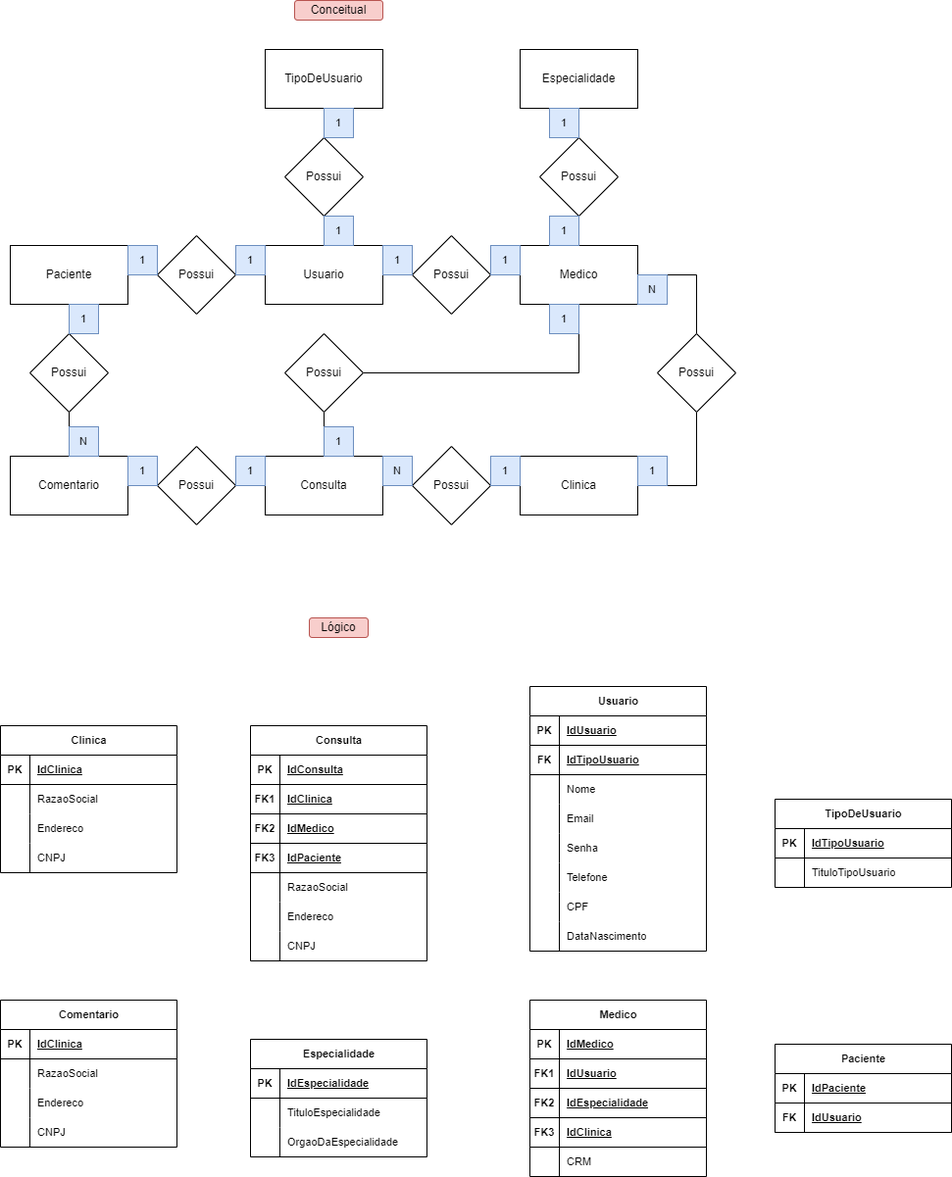
Earlier version of the draw.io export Health Clinic/MER_DER Health Clinic.png (Gustavo-daCosta/Tecnico-DEV-Projetos). Source tidied: cells renumbered, new cells last; positions are measured from the earlier drawing's top-left corner, leaving out a move shared by most shapes.
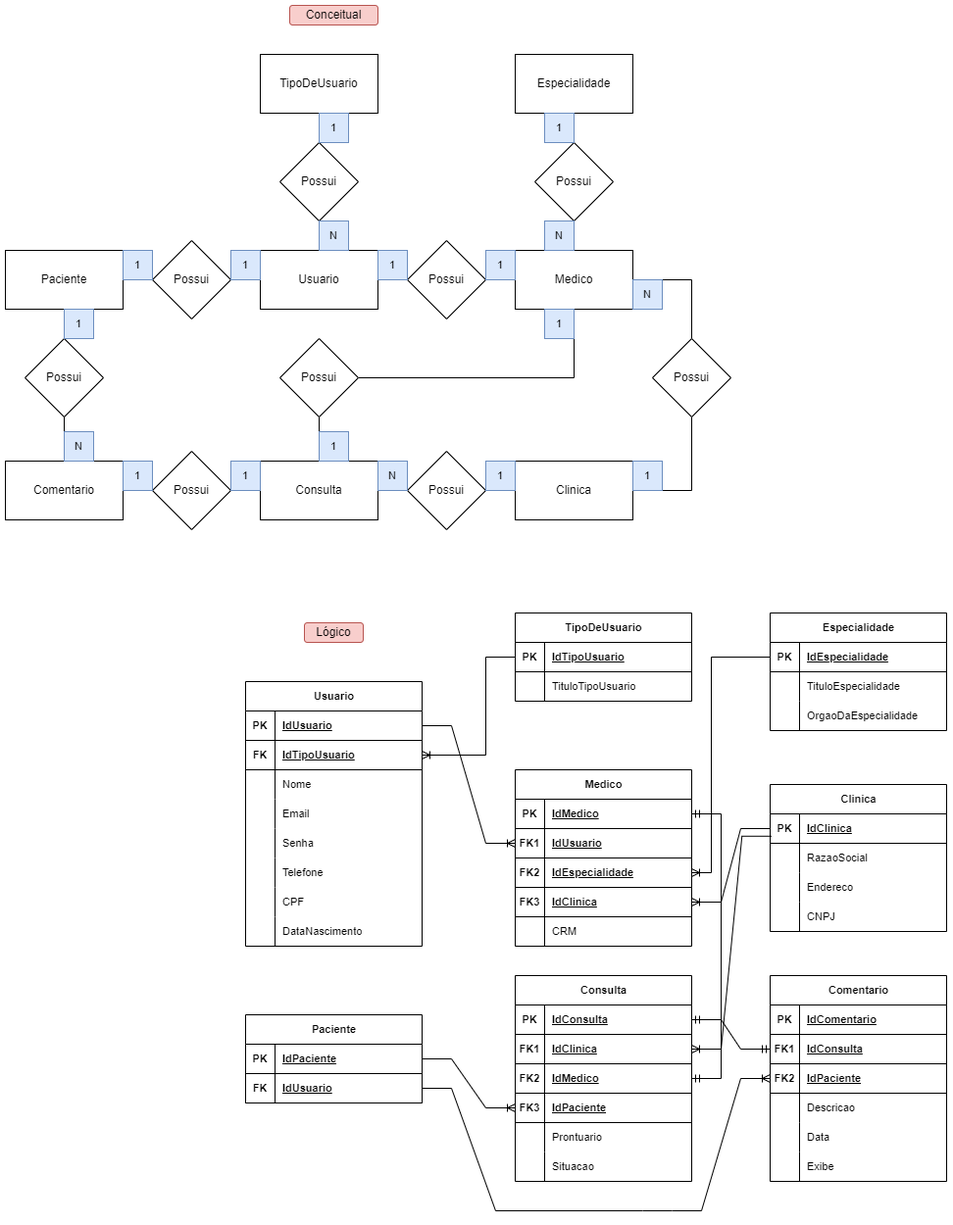
Above is the later version.

Commit message:
Health Clinic: MER & DER finalizado

Change to the diagram source:
```diff
@@ -73,3 +73,3 @@
     </mxCell>
-    <mxCell id="25" value="1" style="text;html=1;strokeColor=#6c8ebf;fillColor=#dae8fc;align=center;verticalAlign=middle;whiteSpace=wrap;rounded=0;fontSize=11;fontFamily=Helvetica;" parent="1" vertex="1">
+    <mxCell id="25" value="N" style="text;html=1;strokeColor=#6c8ebf;fillColor=#dae8fc;align=center;verticalAlign=middle;whiteSpace=wrap;rounded=0;fontSize=11;fontFamily=Helvetica;" parent="1" vertex="1">
       <mxGeometry x="330" y="220" width="30" height="30" as="geometry" />
@@ -167,3 +167,3 @@
     </mxCell>
-    <mxCell id="55" value="1" style="text;html=1;strokeColor=#6c8ebf;fillColor=#dae8fc;align=center;verticalAlign=middle;whiteSpace=wrap;rounded=0;fontSize=11;fontFamily=Helvetica;" parent="1" vertex="1">
+    <mxCell id="55" value="N" style="text;html=1;strokeColor=#6c8ebf;fillColor=#dae8fc;align=center;verticalAlign=middle;whiteSpace=wrap;rounded=0;fontSize=11;fontFamily=Helvetica;" parent="1" vertex="1">
       <mxGeometry x="560" y="220" width="30" height="30" as="geometry" />
@@ -174,3 +174,3 @@
     <mxCell id="57" value="Clinica" style="shape=table;startSize=30;rowLines=0;fontStyle=1;align=center;html=1;fontFamily=Helvetica;fontSize=11;fontColor=default;" parent="1" vertex="1">
-      <mxGeometry y="740" width="180" height="150" as="geometry" />
+      <mxGeometry x="790" y="795" width="180" height="150" as="geometry" />
     </mxCell>
@@ -212,4 +212,12 @@
     </mxCell>
+    <mxCell id="170" style="edgeStyle=orthogonalEdgeStyle;rounded=0;jettySize=auto;html=1;entryX=1;entryY=0.5;entryDx=0;entryDy=0;endArrow=ERoneToMany;endFill=0;" parent="1" edge="1" source="70" target="81">
+      <mxGeometry relative="1" as="geometry">
+        <Array as="points">
+          <mxPoint x="500" y="665" />
+          <mxPoint x="500" y="765" />
+        </Array>
+      </mxGeometry>
+    </mxCell>
     <mxCell id="70" value="TipoDeUsuario" style="shape=table;startSize=30;rowLines=0;fontStyle=1;align=center;html=1;fontFamily=Helvetica;fontSize=11;fontColor=default;" parent="1" vertex="1">
-      <mxGeometry x="790" y="815" width="180" height="90" as="geometry" />
+      <mxGeometry x="530" y="620" width="180" height="90" as="geometry" />
     </mxCell>
@@ -234,3 +242,3 @@
     <mxCell id="77" value="Usuario" style="shape=table;startSize=30;rowLines=0;fontStyle=1;align=center;html=1;fontFamily=Helvetica;fontSize=11;fontColor=default;" parent="1" vertex="1">
-      <mxGeometry x="540" y="700" width="180" height="270" as="geometry" />
+      <mxGeometry x="255" y="690" width="180" height="270" as="geometry" />
     </mxCell>
@@ -309,3 +317,3 @@
     <mxCell id="102" value="Medico" style="shape=table;startSize=30;rowLines=0;fontStyle=1;align=center;html=1;fontFamily=Helvetica;fontSize=11;fontColor=default;" parent="1" vertex="1">
-      <mxGeometry x="540" y="1020" width="180" height="180" as="geometry" />
+      <mxGeometry x="530" y="780" width="180" height="180" as="geometry" />
     </mxCell>
@@ -357,3 +365,3 @@
     <mxCell id="118" value="Especialidade" style="shape=table;startSize=30;rowLines=0;fontStyle=1;align=center;html=1;fontFamily=Helvetica;fontSize=11;fontColor=default;" parent="1" vertex="1">
-      <mxGeometry x="255" y="1060" width="180" height="120" as="geometry" />
+      <mxGeometry x="790" y="620" width="180" height="120" as="geometry" />
     </mxCell>
@@ -387,3 +395,3 @@
     <mxCell id="128" value="Comentario" style="shape=table;startSize=30;rowLines=0;fontStyle=1;align=center;html=1;fontFamily=Helvetica;fontSize=11;fontColor=default;" parent="1" vertex="1">
-      <mxGeometry y="1020" width="180" height="150" as="geometry" />
+      <mxGeometry x="790" y="990" width="180" height="210" as="geometry" />
     </mxCell>
@@ -395,7 +403,25 @@
     </mxCell>
-    <mxCell id="131" value="IdClinica" style="shape=partialRectangle;fillColor=none;top=0;left=0;bottom=0;right=0;align=left;spacingLeft=6;fontStyle=5;overflow=hidden;whiteSpace=wrap;html=1;fontFamily=Helvetica;fontSize=11;fontColor=default;" parent="129" vertex="1">
+    <mxCell id="131" value="IdComentario" style="shape=partialRectangle;fillColor=none;top=0;left=0;bottom=0;right=0;align=left;spacingLeft=6;fontStyle=5;overflow=hidden;whiteSpace=wrap;html=1;fontFamily=Helvetica;fontSize=11;fontColor=default;" parent="129" vertex="1">
       <mxGeometry x="30" width="150" height="30" as="geometry" />
     </mxCell>
+    <mxCell id="171" style="shape=tableRow;horizontal=0;startSize=0;swimlaneHead=0;swimlaneBody=0;fillColor=none;points=[[0,0.5],[1,0.5]];portConstraint=eastwest;top=0;left=0;right=0;bottom=1;fontFamily=Helvetica;fontSize=11;fontColor=default;" parent="128" vertex="1">
+      <mxGeometry y="60" width="180" height="30" as="geometry" />
+    </mxCell>
+    <mxCell id="172" value="FK1" style="shape=partialRectangle;fillColor=none;top=0;left=0;bottom=0;right=0;fontStyle=1;overflow=hidden;whiteSpace=wrap;html=1;fontFamily=Helvetica;fontSize=11;fontColor=default;" parent="171" vertex="1">
+      <mxGeometry width="30" height="30" as="geometry" />
+    </mxCell>
+    <mxCell id="173" value="IdConsulta" style="shape=partialRectangle;fillColor=none;top=0;left=0;bottom=0;right=0;align=left;spacingLeft=6;fontStyle=5;overflow=hidden;whiteSpace=wrap;html=1;fontFamily=Helvetica;fontSize=11;fontColor=default;" parent="171" vertex="1">
+      <mxGeometry x="30" width="150" height="30" as="geometry" />
+    </mxCell>
+    <mxCell id="174" style="shape=tableRow;horizontal=0;startSize=0;swimlaneHead=0;swimlaneBody=0;fillColor=none;points=[[0,0.5],[1,0.5]];portConstraint=eastwest;top=0;left=0;right=0;bottom=1;fontFamily=Helvetica;fontSize=11;fontColor=default;" parent="128" vertex="1">
+      <mxGeometry y="90" width="180" height="30" as="geometry" />
+    </mxCell>
+    <mxCell id="175" value="FK2" style="shape=partialRectangle;fillColor=none;top=0;left=0;bottom=0;right=0;fontStyle=1;overflow=hidden;whiteSpace=wrap;html=1;fontFamily=Helvetica;fontSize=11;fontColor=default;" parent="174" vertex="1">
+      <mxGeometry width="30" height="30" as="geometry" />
+    </mxCell>
+    <mxCell id="176" value="IdPaciente" style="shape=partialRectangle;fillColor=none;top=0;left=0;bottom=0;right=0;align=left;spacingLeft=6;fontStyle=5;overflow=hidden;whiteSpace=wrap;html=1;fontFamily=Helvetica;fontSize=11;fontColor=default;" parent="174" vertex="1">
+      <mxGeometry x="30" width="150" height="30" as="geometry" />
+    </mxCell>
     <mxCell id="132" style="shape=tableRow;horizontal=0;startSize=0;swimlaneHead=0;swimlaneBody=0;fillColor=none;top=0;left=0;right=0;bottom=0;fontFamily=Helvetica;fontSize=11;fontColor=default;" parent="128" vertex="1">
-      <mxGeometry y="60" width="180" height="30" as="geometry" />
+      <mxGeometry y="120" width="180" height="30" as="geometry" />
     </mxCell>
@@ -404,3 +430,3 @@
     </mxCell>
-    <mxCell id="134" value="RazaoSocial" style="shape=partialRectangle;fillColor=none;top=0;left=0;bottom=0;right=0;align=left;spacingLeft=6;overflow=hidden;whiteSpace=wrap;html=1;fontFamily=Helvetica;fontSize=11;fontColor=default;" parent="132" vertex="1">
+    <mxCell id="134" value="Descricao" style="shape=partialRectangle;fillColor=none;top=0;left=0;bottom=0;right=0;align=left;spacingLeft=6;overflow=hidden;whiteSpace=wrap;html=1;fontFamily=Helvetica;fontSize=11;fontColor=default;" parent="132" vertex="1">
       <mxGeometry x="30" width="150" height="30" as="geometry" />
@@ -408,3 +434,3 @@
     <mxCell id="135" style="shape=tableRow;horizontal=0;startSize=0;swimlaneHead=0;swimlaneBody=0;fillColor=none;top=0;left=0;right=0;bottom=0;fontFamily=Helvetica;fontSize=11;fontColor=default;" parent="128" vertex="1">
-      <mxGeometry y="90" width="180" height="30" as="geometry" />
+      <mxGeometry y="150" width="180" height="30" as="geometry" />
     </mxCell>
@@ -413,3 +439,3 @@
     </mxCell>
-    <mxCell id="137" value="Endereco" style="shape=partialRectangle;fillColor=none;top=0;left=0;bottom=0;right=0;align=left;spacingLeft=6;overflow=hidden;whiteSpace=wrap;html=1;fontFamily=Helvetica;fontSize=11;fontColor=default;" parent="135" vertex="1">
+    <mxCell id="137" value="Data" style="shape=partialRectangle;fillColor=none;top=0;left=0;bottom=0;right=0;align=left;spacingLeft=6;overflow=hidden;whiteSpace=wrap;html=1;fontFamily=Helvetica;fontSize=11;fontColor=default;" parent="135" vertex="1">
       <mxGeometry x="30" width="150" height="30" as="geometry" />
@@ -417,3 +443,3 @@
     <mxCell id="138" style="shape=tableRow;horizontal=0;startSize=0;swimlaneHead=0;swimlaneBody=0;fillColor=none;top=0;left=0;right=0;bottom=0;fontFamily=Helvetica;fontSize=11;fontColor=default;" parent="128" vertex="1">
-      <mxGeometry y="120" width="180" height="30" as="geometry" />
+      <mxGeometry y="180" width="180" height="30" as="geometry" />
     </mxCell>
@@ -422,3 +448,3 @@
     </mxCell>
-    <mxCell id="140" value="CNPJ" style="shape=partialRectangle;fillColor=none;top=0;left=0;bottom=0;right=0;align=left;spacingLeft=6;overflow=hidden;whiteSpace=wrap;html=1;fontFamily=Helvetica;fontSize=11;fontColor=default;" parent="138" vertex="1">
+    <mxCell id="140" value="Exibe" style="shape=partialRectangle;fillColor=none;top=0;left=0;bottom=0;right=0;align=left;spacingLeft=6;overflow=hidden;whiteSpace=wrap;html=1;fontFamily=Helvetica;fontSize=11;fontColor=default;" parent="138" vertex="1">
       <mxGeometry x="30" width="150" height="30" as="geometry" />
@@ -426,3 +452,3 @@
     <mxCell id="141" value="Consulta" style="shape=table;startSize=30;rowLines=0;fontStyle=1;align=center;html=1;fontFamily=Helvetica;fontSize=11;fontColor=default;" parent="1" vertex="1">
-      <mxGeometry x="255" y="740" width="180" height="240" as="geometry" />
+      <mxGeometry x="530" y="990" width="180" height="210" as="geometry" />
     </mxCell>
@@ -470,3 +496,3 @@
     </mxCell>
-    <mxCell id="156" value="RazaoSocial" style="shape=partialRectangle;fillColor=none;top=0;left=0;bottom=0;right=0;align=left;spacingLeft=6;overflow=hidden;whiteSpace=wrap;html=1;fontFamily=Helvetica;fontSize=11;fontColor=default;" parent="154" vertex="1">
+    <mxCell id="156" value="Prontuario" style="shape=partialRectangle;fillColor=none;top=0;left=0;bottom=0;right=0;align=left;spacingLeft=6;overflow=hidden;whiteSpace=wrap;html=1;fontFamily=Helvetica;fontSize=11;fontColor=default;" parent="154" vertex="1">
       <mxGeometry x="30" width="150" height="30" as="geometry" />
@@ -479,16 +505,7 @@
     </mxCell>
-    <mxCell id="159" value="Endereco" style="shape=partialRectangle;fillColor=none;top=0;left=0;bottom=0;right=0;align=left;spacingLeft=6;overflow=hidden;whiteSpace=wrap;html=1;fontFamily=Helvetica;fontSize=11;fontColor=default;" parent="157" vertex="1">
+    <mxCell id="159" value="Situacao" style="shape=partialRectangle;fillColor=none;top=0;left=0;bottom=0;right=0;align=left;spacingLeft=6;overflow=hidden;whiteSpace=wrap;html=1;fontFamily=Helvetica;fontSize=11;fontColor=default;" parent="157" vertex="1">
       <mxGeometry x="30" width="150" height="30" as="geometry" />
     </mxCell>
-    <mxCell id="160" style="shape=tableRow;horizontal=0;startSize=0;swimlaneHead=0;swimlaneBody=0;fillColor=none;top=0;left=0;right=0;bottom=0;fontFamily=Helvetica;fontSize=11;fontColor=default;" parent="141" vertex="1">
-      <mxGeometry y="210" width="180" height="30" as="geometry" />
-    </mxCell>
-    <mxCell id="161" style="shape=partialRectangle;fillColor=none;top=0;left=0;bottom=0;right=0;overflow=hidden;whiteSpace=wrap;html=1;fontFamily=Helvetica;fontSize=11;fontColor=default;" parent="160" vertex="1">
-      <mxGeometry width="30" height="30" as="geometry" />
-    </mxCell>
-    <mxCell id="162" value="CNPJ" style="shape=partialRectangle;fillColor=none;top=0;left=0;bottom=0;right=0;align=left;spacingLeft=6;overflow=hidden;whiteSpace=wrap;html=1;fontFamily=Helvetica;fontSize=11;fontColor=default;" parent="160" vertex="1">
-      <mxGeometry x="30" width="150" height="30" as="geometry" />
-    </mxCell>
     <mxCell id="163" value="Paciente" style="shape=table;startSize=30;rowLines=0;fontStyle=1;align=center;html=1;fontFamily=Helvetica;fontSize=11;fontColor=default;" parent="1" vertex="1">
-      <mxGeometry x="790" y="1065" width="180" height="90" as="geometry" />
+      <mxGeometry x="255" y="1030" width="180" height="90" as="geometry" />
     </mxCell>
@@ -512,2 +529,57 @@
     </mxCell>
+    <mxCell id="177" style="edgeStyle=entityRelationEdgeStyle;fontSize=12;html=1;endArrow=ERoneToMany;rounded=0;exitX=1;exitY=0.5;exitDx=0;exitDy=0;entryX=0;entryY=0.5;entryDx=0;entryDy=0;" parent="1" edge="1" source="78" target="106">
+      <mxGeometry relative="1" as="geometry" />
+    </mxCell>
+    <mxCell id="178" style="edgeStyle=orthogonalEdgeStyle;rounded=0;jettySize=auto;html=1;endArrow=ERoneToMany;endFill=0;exitX=0;exitY=0.5;exitDx=0;exitDy=0;entryX=1;entryY=0.5;entryDx=0;entryDy=0;" parent="1" edge="1" source="119" target="109">
+      <mxGeometry relative="1" as="geometry">
+        <Array as="points">
+          <mxPoint x="730" y="665" />
+          <mxPoint x="730" y="885" />
+        </Array>
+      </mxGeometry>
+    </mxCell>
+    <mxCell id="179" style="edgeStyle=entityRelationEdgeStyle;fontSize=12;html=1;endArrow=ERmandOne;startArrow=ERmandOne;rounded=0;exitX=1;exitY=0.5;exitDx=0;exitDy=0;entryX=0;entryY=0.5;entryDx=0;entryDy=0;" parent="1" edge="1" source="142" target="171">
+      <mxGeometry relative="1" as="geometry" />
+    </mxCell>
+    <mxCell id="180" style="edgeStyle=entityRelationEdgeStyle;fontSize=12;html=1;endArrow=ERmandOne;startArrow=ERmandOne;rounded=0;exitX=1;exitY=0.5;exitDx=0;exitDy=0;entryX=1;entryY=0.5;entryDx=0;entryDy=0;" parent="1" edge="1" source="148" target="103">
+      <mxGeometry relative="1" as="geometry">
+        <Array as="points">
+          <mxPoint x="750" y="960" />
+          <mxPoint x="770" y="1040" />
+          <mxPoint x="760" y="960" />
+          <mxPoint x="760" y="960" />
+        </Array>
+      </mxGeometry>
+    </mxCell>
+    <mxCell id="181" style="edgeStyle=entityRelationEdgeStyle;fontSize=12;html=1;endArrow=ERoneToMany;rounded=0;entryX=1;entryY=0.5;entryDx=0;entryDy=0;exitX=0;exitY=0.5;exitDx=0;exitDy=0;" parent="1" edge="1" source="58" target="112">
+      <mxGeometry relative="1" as="geometry" />
+    </mxCell>
+    <mxCell id="182" style="edgeStyle=entityRelationEdgeStyle;fontSize=12;html=1;endArrow=ERoneToMany;rounded=0;exitX=0.007;exitY=0.759;exitDx=0;exitDy=0;exitPerimeter=0;entryX=1;entryY=0.5;entryDx=0;entryDy=0;" parent="1" edge="1" source="58" target="145">
+      <mxGeometry relative="1" as="geometry" />
+    </mxCell>
+    <mxCell id="183" style="edgeStyle=entityRelationEdgeStyle;fontSize=12;html=1;endArrow=ERoneToMany;rounded=0;exitX=1;exitY=0.5;exitDx=0;exitDy=0;entryX=0;entryY=0.5;entryDx=0;entryDy=0;" parent="1" edge="1" source="164" target="151">
+      <mxGeometry relative="1" as="geometry" />
+    </mxCell>
+    <mxCell id="184" style="edgeStyle=entityRelationEdgeStyle;fontSize=12;html=1;endArrow=none;rounded=0;exitX=1;exitY=0.5;exitDx=0;exitDy=0;endFill=0;" parent="1" edge="1" source="167">
+      <mxGeometry relative="1" as="geometry">
+        <mxPoint x="540" y="1230" as="targetPoint" />
+        <Array as="points">
+          <mxPoint x="630" y="1280" />
+        </Array>
+      </mxGeometry>
+    </mxCell>
+    <mxCell id="185" style="edgeStyle=entityRelationEdgeStyle;fontSize=12;html=1;endArrow=ERoneToMany;rounded=0;entryX=0;entryY=0.5;entryDx=0;entryDy=0;" parent="1" edge="1" target="174">
+      <mxGeometry relative="1" as="geometry">
+        <mxPoint x="690" y="1230" as="sourcePoint" />
+      </mxGeometry>
+    </mxCell>
+    <mxCell id="186" style="edgeStyle=entityRelationEdgeStyle;fontSize=12;html=1;endArrow=none;rounded=0;exitX=1;exitY=0.5;exitDx=0;exitDy=0;endFill=0;" parent="1" edge="1">
+      <mxGeometry relative="1" as="geometry">
+        <mxPoint x="537.5" y="1230" as="sourcePoint" />
+        <mxPoint x="690" y="1230" as="targetPoint" />
+        <Array as="points">
+          <mxPoint x="732.5" y="1405" />
+        </Array>
+      </mxGeometry>
+    </mxCell>
   </root>
```
